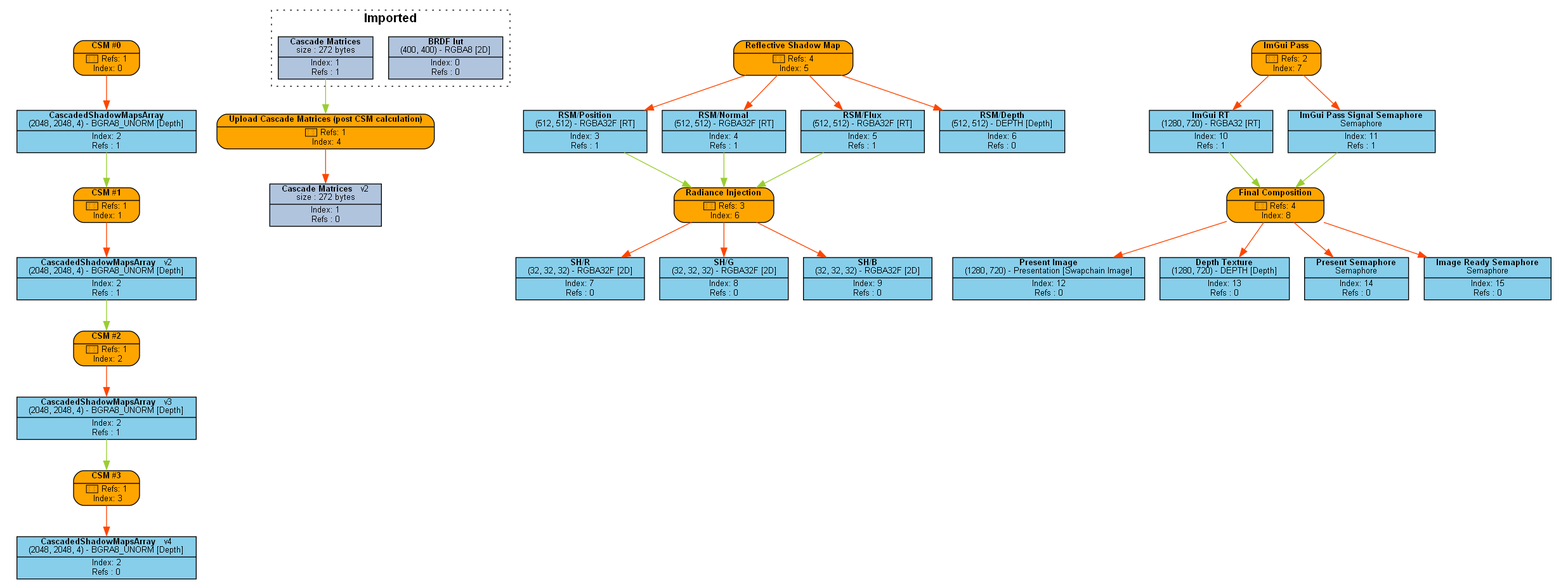
Before: Engine/content/FrameGraphs/PNG/frame_graph_test.png, a diagram exported from Graphviz (Pikachuxxxx/Razix). Its source is kept beside it as Engine/content/FrameGraphs/frame_graph_test.dot.
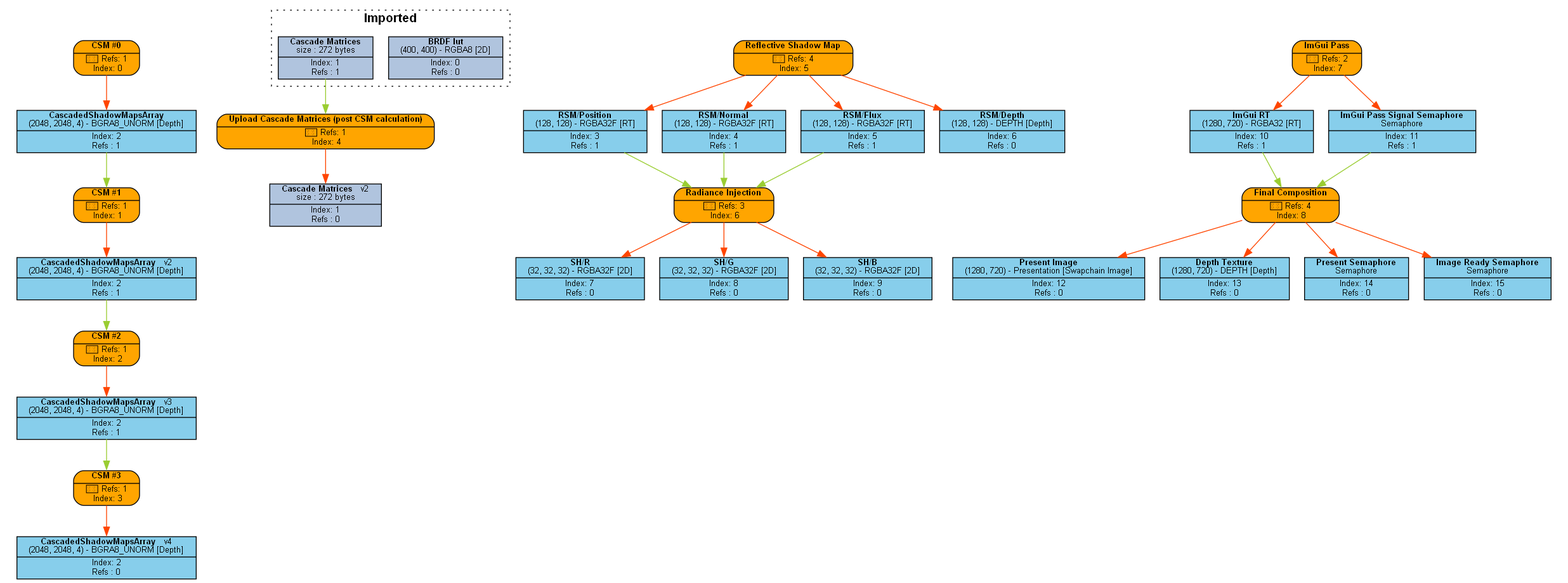
The same diagram one commit later.

Change to the diagram source:
```diff
@@ -23,9 +23,9 @@
 R4_1 [label=<{ {<B>RSM/Normal</B><BR/>(512, 512) - RGBA32F [RT]} | {Index: 4<BR/>Refs : 1} }> style=filled, fillcolor=skyblue]
 R5_1 [label=<{ {<B>RSM/Flux</B><BR/>(512, 512) - RGBA32F [RT]} | {Index: 5<BR/>Refs : 1} }> style=filled, fillcolor=skyblue]
 R6_1 [label=<{ {<B>RSM/Depth</B><BR/>(512, 512) - DEPTH [Depth]} | {Index: 6<BR/>Refs : 0} }> style=filled, fillcolor=skyblue]
-R7_1 [label=<{ {<B>SH/R</B><BR/>(32, 32, 32) - RGBA32F [2D]} | {Index: 7<BR/>Refs : 0} }> style=filled, fillcolor=skyblue]
-R8_1 [label=<{ {<B>SH/G</B><BR/>(32, 32, 32) - RGBA32F [2D]} | {Index: 8<BR/>Refs : 0} }> style=filled, fillcolor=skyblue]
-R9_1 [label=<{ {<B>SH/B</B><BR/>(32, 32, 32) - RGBA32F [2D]} | {Index: 9<BR/>Refs : 0} }> style=filled, fillcolor=skyblue]
+R7_1 [label=<{ {<B>SH/R</B><BR/>(32, 13, 20) - RGBA32F [3D]} | {Index: 7<BR/>Refs : 0} }> style=filled, fillcolor=skyblue]
+R8_1 [label=<{ {<B>SH/G</B><BR/>(32, 13, 20) - RGBA32F [3D]} | {Index: 8<BR/>Refs : 0} }> style=filled, fillcolor=skyblue]
+R9_1 [label=<{ {<B>SH/B</B><BR/>(32, 13, 20) - RGBA32F [3D]} | {Index: 9<BR/>Refs : 0} }> style=filled, fillcolor=skyblue]
 R10_1 [label=<{ {<B>ImGui RT</B><BR/>(1280, 720) - RGBA32 [RT]} | {Index: 10<BR/>Refs : 1} }> style=filled, fillcolor=skyblue]
 R11_1 [label=<{ {<B>ImGui Pass Signal Semaphore</B><BR/>Semaphore} | {Index: 11<BR/>Refs : 1} }> style=filled, fillcolor=skyblue]
 R12_1 [label=<{ {<B>Present Image</B><BR/>(1280, 720) - Presentation [Swapchain Image]} | {Index: 12<BR/>Refs : 0} }> style=filled, fillcolor=skyblue]
```
